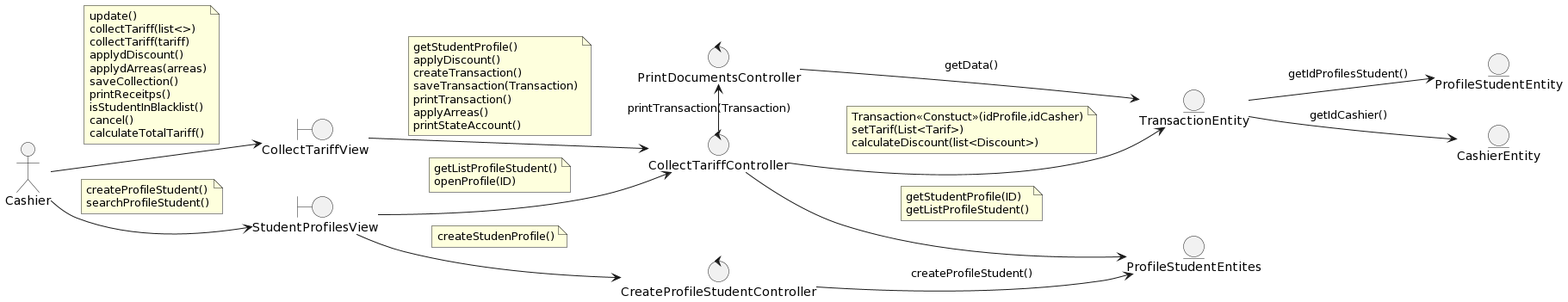
wsmcbl/wsmcbl.doc keeps this PlantUML diagram as out/DesignView/AnalysisView/UseCaseAnalysis/CU03.CollectTariffs/Collaboration.CU03.Analysis.png. Above is the earlier version.
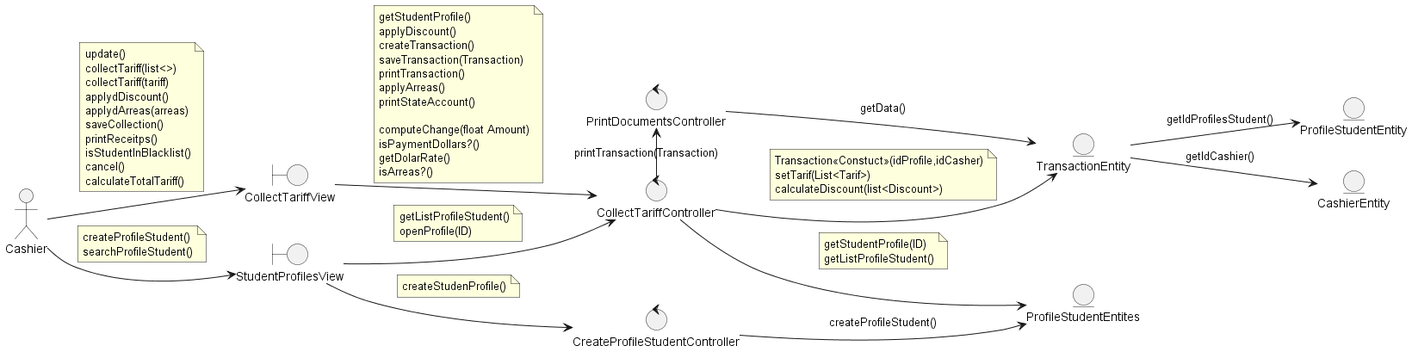
The same file after the commit.

What changed in the source:
```diff
@@ -46,6 +46,11 @@
     printTransaction()
     applyArreas()
     printStateAccount()
+
+    computeChange(float Amount)
+    isPaymentDollars?()
+    getDolarRate()
+    isArreas?()
 end note
 StudentProfilesView --> CollectTariffController
 note on link
```
